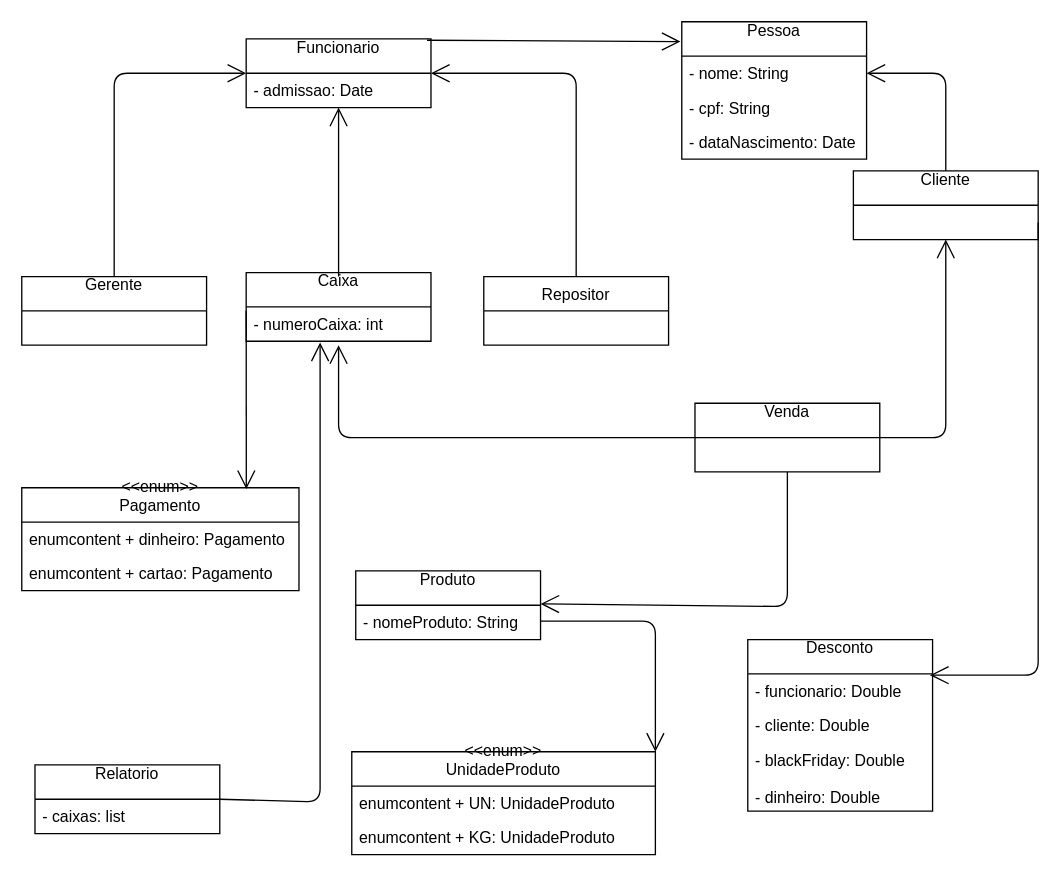
This is Mercadinho do Juvenal.drawio from Thamires-Lopes/mpoo-tlm-20191, a draw.io file, before an edit. Source tidied: cells renumbered, new cells numbered last; positions are measured from the earlier drawing's top-left corner, leaving out a move shared by most shapes. Both pictures are drawn from the tidied source at 132%, with x=0, y=0 at pixel (21, 21).
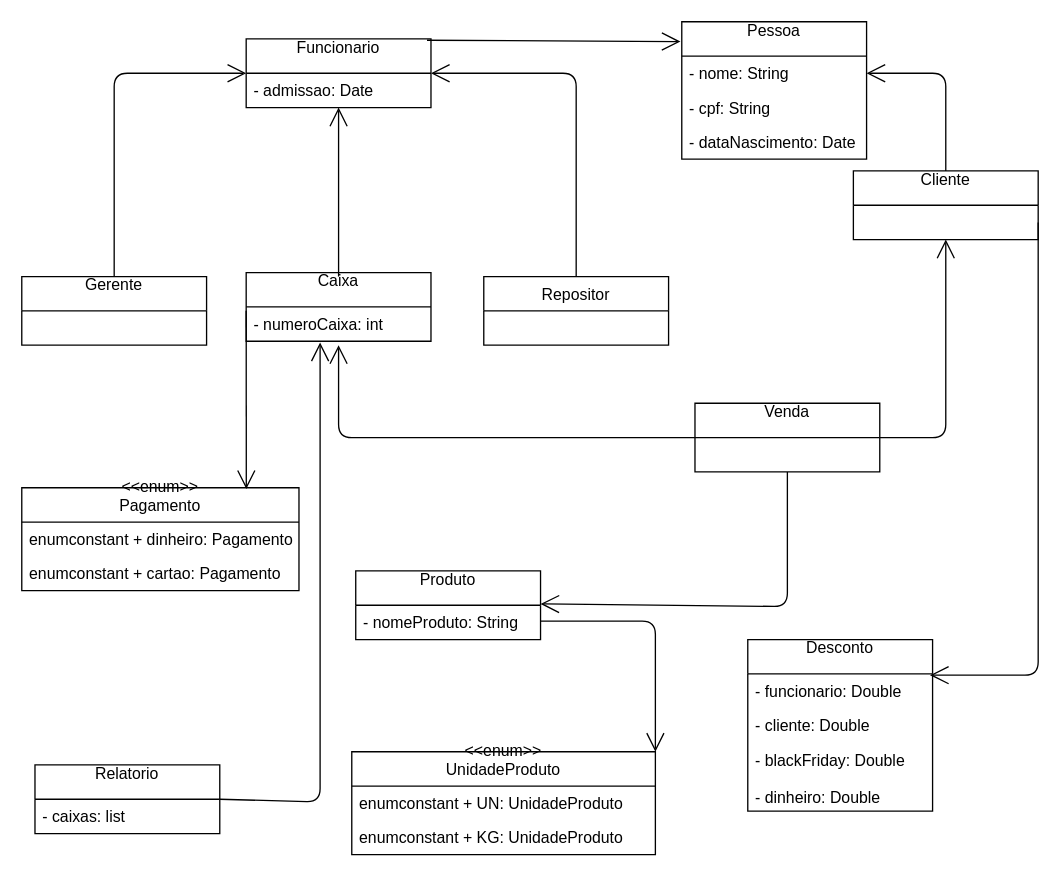
After the change.

Unchanged cells that the change refers to:
```xml
<mxCell id="23" value="&lt;&lt;enum&gt;&gt;&#10;UnidadeProduto&#10;" style="swimlane;fontStyle=0;horizontal=1;startSize=26;fillColor=none;" parent="1" vertex="1">
  <mxGeometry x="250" y="553" width="230" height="78" as="geometry" />
</mxCell>
<mxCell id="28" value="&lt;&lt;enum&gt;&gt;&#10;Pagamento&#10;" style="swimlane;fontStyle=0;horizontal=1;startSize=26;fillColor=none;" parent="1" vertex="1">
  <mxGeometry y="353" width="210" height="78" as="geometry" />
</mxCell>
```

The edit, as a diff of the source:
```diff
@@
-    <mxCell id="24" value="enumcontent + UN: UnidadeProduto&#10;" style="text;strokeColor=none;fillColor=none;align=left;verticalAlign=top;spacingLeft=4;spacingRight=4;overflow=hidden;" parent="23" vertex="1">
+    <mxCell id="24" value="enumconstant + UN: UnidadeProduto&#10;" style="text;strokeColor=none;fillColor=none;align=left;verticalAlign=top;spacingLeft=4;spacingRight=4;overflow=hidden;" parent="23" vertex="1">
       <mxGeometry y="26" width="230" height="26" as="geometry" />
     </mxCell>
-    <mxCell id="25" value="enumcontent + KG: UnidadeProduto&#10;" style="text;strokeColor=none;fillColor=none;align=left;verticalAlign=top;spacingLeft=4;spacingRight=4;overflow=hidden;" parent="23" vertex="1">
+    <mxCell id="25" value="enumconstant + KG: UnidadeProduto&#10;" style="text;strokeColor=none;fillColor=none;align=left;verticalAlign=top;spacingLeft=4;spacingRight=4;overflow=hidden;" parent="23" vertex="1">
       <mxGeometry y="52" width="230" height="26" as="geometry" />
     </mxCell>
@@
-    <mxCell id="29" value="enumcontent + dinheiro: Pagamento&#10;" style="text;strokeColor=none;fillColor=none;align=left;verticalAlign=top;spacingLeft=4;spacingRight=4;overflow=hidden;" parent="28" vertex="1">
+    <mxCell id="29" value="enumconstant + dinheiro: Pagamento&#10;" style="text;strokeColor=none;fillColor=none;align=left;verticalAlign=top;spacingLeft=4;spacingRight=4;overflow=hidden;" parent="28" vertex="1">
       <mxGeometry y="26" width="210" height="26" as="geometry" />
     </mxCell>
-    <mxCell id="30" value="enumcontent + cartao: Pagamento&#10;" style="text;strokeColor=none;fillColor=none;align=left;verticalAlign=top;spacingLeft=4;spacingRight=4;overflow=hidden;" parent="28" vertex="1">
+    <mxCell id="30" value="enumconstant + cartao: Pagamento&#10;" style="text;strokeColor=none;fillColor=none;align=left;verticalAlign=top;spacingLeft=4;spacingRight=4;overflow=hidden;" parent="28" vertex="1">
       <mxGeometry y="52" width="210" height="26" as="geometry" />
     </mxCell>
```
